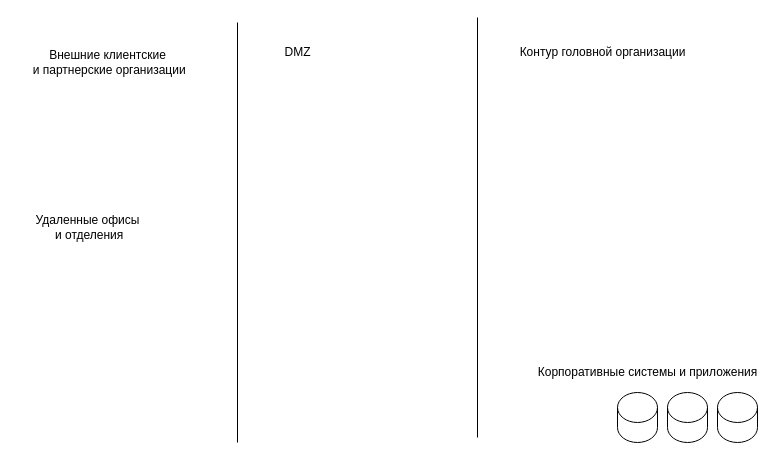
Above: FileTransfer.drawio in albert-haliulov/file-transfer (draw.io), before the change. Source tidied: cells renumbered, new cells numbered last; positions are measured from the earlier drawing's top-left corner, leaving out a move shared by most shapes. Both pictures are drawn from the tidied source at 100%, with x=0, y=0 at pixel (17, 17).
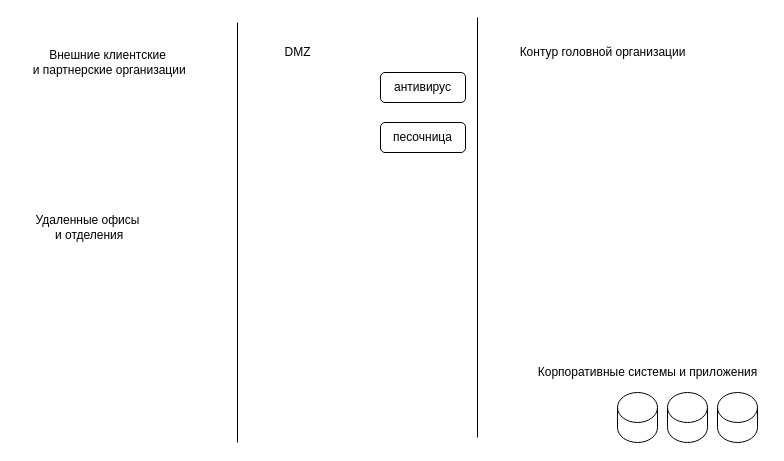
After the change.

What changed in the source:
```diff
@@
 <mxGraphModel>
   <root>
     <mxCell id="0" />
     <mxCell id="1" parent="0" />
     <mxCell id="2" value="Внешние клиентские&lt;br&gt;&amp;nbsp;и партнерские организации" style="text;html=1;align=center;verticalAlign=middle;" parent="1" vertex="1">
       <mxGeometry y="30" width="180" height="30" as="geometry" />
     </mxCell>
     <mxCell id="3" value="Удаленные офисы&lt;br&gt;&amp;nbsp;и отделения" style="text;html=1;align=center;verticalAlign=middle;" parent="1" vertex="1">
       <mxGeometry x="10" y="195" width="120" height="30" as="geometry" />
     </mxCell>
     <mxCell id="4" value="DMZ" style="text;html=1;align=center;verticalAlign=middle;" parent="1" vertex="1">
       <mxGeometry x="260" y="25" width="40" height="20" as="geometry" />
     </mxCell>
     <mxCell id="5" value="Контур головной организации" style="text;html=1;align=center;verticalAlign=middle;" parent="1" vertex="1">
       <mxGeometry x="490" y="25" width="190" height="20" as="geometry" />
     </mxCell>
     <mxCell id="6" style="endArrow=none;html=1;" parent="1" edge="1">
       <mxGeometry relative="1" as="geometry">
         <mxPoint x="220" y="425" as="sourcePoint" />
         <mxPoint x="220" y="5" as="targetPoint" />
       </mxGeometry>
     </mxCell>
     <mxCell id="7" style="endArrow=none;html=1;" parent="1" edge="1">
       <mxGeometry relative="1" as="geometry">
         <mxPoint x="460" y="420" as="sourcePoint" />
         <mxPoint x="460" as="targetPoint" />
       </mxGeometry>
     </mxCell>
     <mxCell id="8" value="Корпоративные системы и приложения" style="text;html=1;align=center;verticalAlign=middle;" parent="1" vertex="1">
       <mxGeometry x="510" y="345" width="240" height="20" as="geometry" />
     </mxCell>
     <mxCell id="9" style="shape=cylinder3;whiteSpace=wrap;html=1;boundedLbl=1;backgroundOutline=1;size=15;" parent="1" vertex="1">
       <mxGeometry x="600" y="375" width="40" height="50" as="geometry" />
     </mxCell>
     <mxCell id="10" style="shape=cylinder3;whiteSpace=wrap;html=1;boundedLbl=1;backgroundOutline=1;size=15;" parent="1" vertex="1">
       <mxGeometry x="700" y="375" width="40" height="50" as="geometry" />
     </mxCell>
     <mxCell id="11" style="shape=cylinder3;whiteSpace=wrap;html=1;boundedLbl=1;backgroundOutline=1;size=15;" parent="1" vertex="1">
       <mxGeometry x="650" y="375" width="40" height="50" as="geometry" />
     </mxCell>
+    <mxCell id="12" value="антивирус" style="rounded=1;whiteSpace=wrap;html=1;" parent="1" vertex="1">
+      <mxGeometry x="363" y="55" width="85" height="30" as="geometry" />
+    </mxCell>
+    <mxCell id="13" value="песочница" style="rounded=1;whiteSpace=wrap;html=1;" parent="1" vertex="1">
+      <mxGeometry x="363" y="105" width="85" height="30" as="geometry" />
+    </mxCell>
   </root>
 </mxGraphModel>
```
